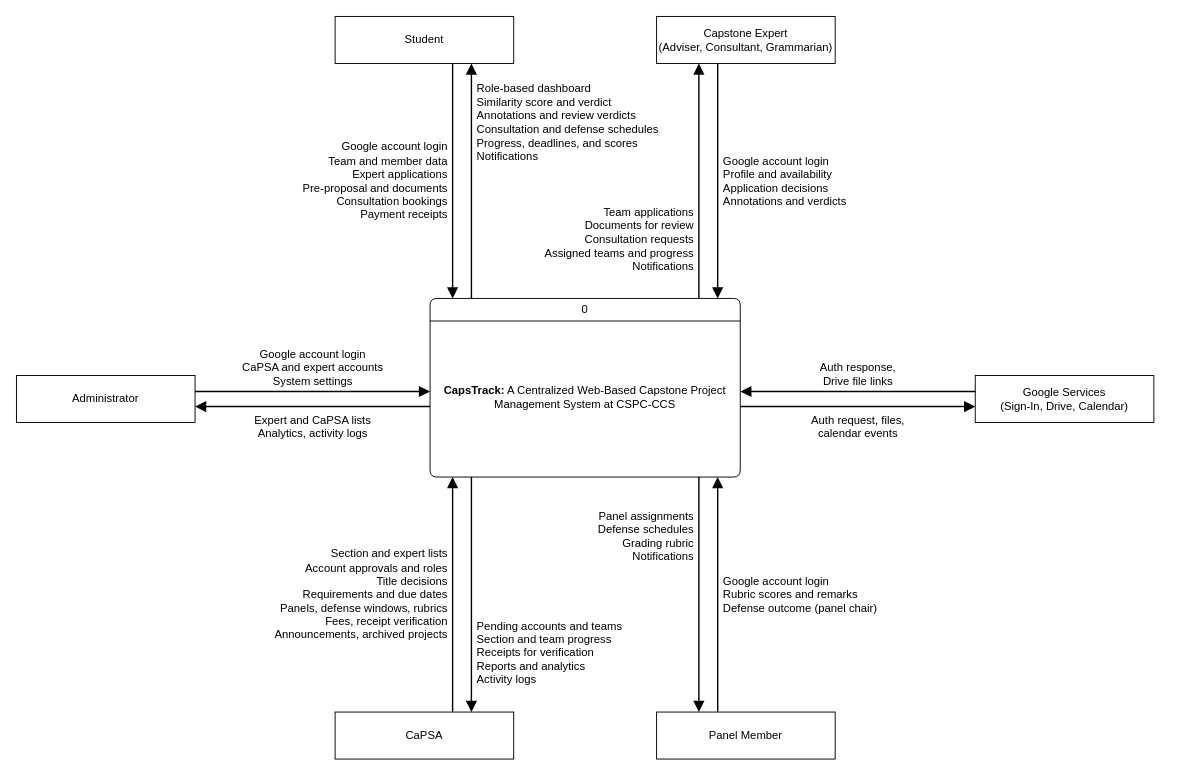
This is page "Context Diagram" (1 of 16) of docs/diagrams/capstrack-diagrams-all.drawio from M21thony/capstrack, a draw.io file, before an edit. Source tidied: cells renumbered, new cells numbered last; positions are measured from the earlier drawing's top-left corner, leaving out a move shared by most shapes. Both pictures are drawn from the tidied source at 94%, with x=0, y=0 at pixel (16, 16).
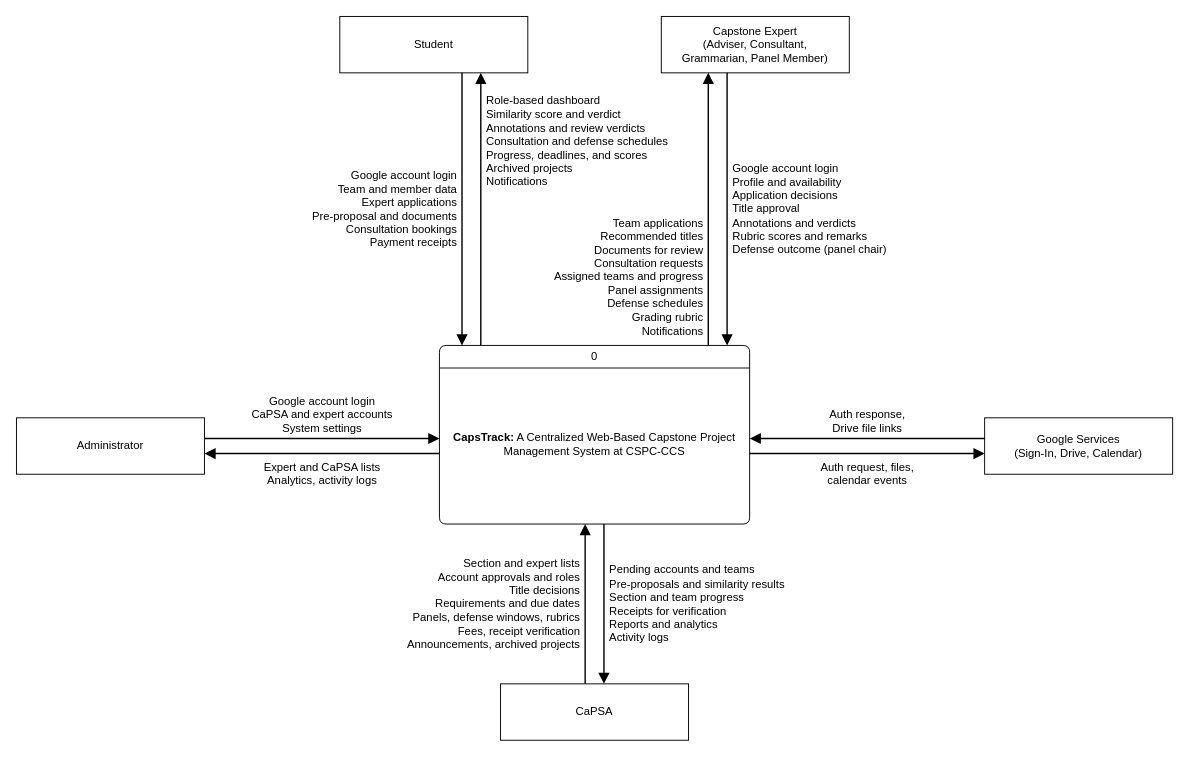
After the change.

The edit, as a diff of the source:
```diff
@@
     <mxCell id="2" value="0" style="swimlane;shape=swimlane;rounded=1;arcSize=10;startSize=24;html=1;whiteSpace=wrap;fillColor=#ffffff;swimlaneFillColor=#ffffff;fontStyle=0;fontSize=12;strokeColor=#000000;fontFamily=Helvetica;fontColor=#000000;" parent="1" vertex="1">
-      <mxGeometry x="440" y="300" width="330" height="190" as="geometry" />
+      <mxGeometry x="450" y="350" width="330" height="190" as="geometry" />
     </mxCell>
@@
     <mxCell id="4" value="Student" style="rounded=0;whiteSpace=wrap;html=1;fillColor=#ffffff;fontSize=12;strokeColor=#000000;fontFamily=Helvetica;fontColor=#000000;" parent="1" vertex="1">
-      <mxGeometry x="339" width="190" height="50" as="geometry" />
+      <mxGeometry x="344" width="200" height="60" as="geometry" />
     </mxCell>
-    <mxCell id="5" value="Google account login&lt;br&gt;Team and member data&lt;br&gt;Expert applications&lt;br&gt;Pre-proposal and documents&lt;br&gt;Consultation bookings&lt;br&gt;Payment receipts" style="edgeStyle=orthogonalEdgeStyle;rounded=0;html=1;endArrow=block;endFill=1;endSize=8;strokeWidth=1.5;startArrow=none;strokeColor=#000000;fontFamily=Helvetica;fontColor=#000000;fontSize=12;labelBackgroundColor=#ffffff;align=right;exitX=0.657895;exitY=1;exitDx=0;exitDy=0;entryX=0.0727273;entryY=0;entryDx=0;entryDy=0;" parent="1" edge="1" source="4" target="2">
+    <mxCell id="5" value="Google account login&lt;br&gt;Team and member data&lt;br&gt;Expert applications&lt;br&gt;Pre-proposal and documents&lt;br&gt;Consultation bookings&lt;br&gt;Payment receipts" style="edgeStyle=orthogonalEdgeStyle;rounded=0;html=1;endArrow=block;endFill=1;endSize=8;strokeWidth=1.5;startArrow=none;strokeColor=#000000;fontFamily=Helvetica;fontColor=#000000;fontSize=12;labelBackgroundColor=#ffffff;align=right;exitX=0.65;exitY=1;exitDx=0;exitDy=0;entryX=0.0727273;entryY=0;entryDx=0;entryDy=0;" parent="1" edge="1" source="4" target="2">
       <mxGeometry relative="1" as="geometry">
         <mxPoint x="-4" as="offset" />
       </mxGeometry>
     </mxCell>
-    <mxCell id="6" value="Role-based dashboard&lt;br&gt;Similarity score and verdict&lt;br&gt;Annotations and review verdicts&lt;br&gt;Consultation and defense schedules&lt;br&gt;Progress, deadlines, and scores&lt;br&gt;Notifications" style="edgeStyle=orthogonalEdgeStyle;rounded=0;html=1;endArrow=block;endFill=1;endSize=8;strokeWidth=1.5;startArrow=none;strokeColor=#000000;fontFamily=Helvetica;fontColor=#000000;fontSize=12;labelBackgroundColor=#ffffff;align=left;exitX=0.133333;exitY=0;exitDx=0;exitDy=0;entryX=0.763158;entryY=1;entryDx=0;entryDy=0;" parent="1" edge="1" source="2" target="4">
+    <mxCell id="6" value="Role-based dashboard&lt;br&gt;Similarity score and verdict&lt;br&gt;Annotations and review verdicts&lt;br&gt;Consultation and defense schedules&lt;br&gt;Progress, deadlines, and scores&lt;br&gt;Archived projects&lt;br&gt;Notifications" style="edgeStyle=orthogonalEdgeStyle;rounded=0;html=1;endArrow=block;endFill=1;endSize=8;strokeWidth=1.5;startArrow=none;strokeColor=#000000;fontFamily=Helvetica;fontColor=#000000;fontSize=12;labelBackgroundColor=#ffffff;align=left;exitX=0.133333;exitY=0;exitDx=0;exitDy=0;entryX=0.75;entryY=1;entryDx=0;entryDy=0;" parent="1" edge="1" source="2" target="4">
       <mxGeometry relative="1" as="geometry">
-        <mxPoint x="4" y="-62" as="offset" />
+        <mxPoint x="4" y="-72" as="offset" />
       </mxGeometry>
     </mxCell>
-    <mxCell id="7" value="Capstone Expert&lt;br&gt;(Adviser, Consultant, Grammarian)" style="rounded=0;whiteSpace=wrap;html=1;fillColor=#ffffff;fontSize=12;strokeColor=#000000;fontFamily=Helvetica;fontColor=#000000;" parent="1" vertex="1">
-      <mxGeometry x="681" width="190" height="50" as="geometry" />
+    <mxCell id="7" value="Capstone Expert&lt;br&gt;(Adviser, Consultant,&lt;br&gt;Grammarian, Panel Member)" style="rounded=0;whiteSpace=wrap;html=1;fillColor=#ffffff;fontSize=12;strokeColor=#000000;fontFamily=Helvetica;fontColor=#000000;" parent="1" vertex="1">
+      <mxGeometry x="686" width="200" height="60" as="geometry" />
     </mxCell>
-    <mxCell id="8" value="Google account login&lt;br&gt;Profile and availability&lt;br&gt;Application decisions&lt;br&gt;Annotations and verdicts" style="edgeStyle=orthogonalEdgeStyle;rounded=0;html=1;endArrow=block;endFill=1;endSize=8;strokeWidth=1.5;startArrow=none;strokeColor=#000000;fontFamily=Helvetica;fontColor=#000000;fontSize=12;labelBackgroundColor=#ffffff;align=left;exitX=0.342105;exitY=1;exitDx=0;exitDy=0;entryX=0.927273;entryY=0;entryDx=0;entryDy=0;" parent="1" edge="1" source="7" target="2">
+    <mxCell id="8" value="Google account login&lt;br&gt;Profile and availability&lt;br&gt;Application decisions&lt;br&gt;Title approval&lt;br&gt;Annotations and verdicts&lt;br&gt;Rubric scores and remarks&lt;br&gt;Defense outcome (panel chair)" style="edgeStyle=orthogonalEdgeStyle;rounded=0;html=1;endArrow=block;endFill=1;endSize=8;strokeWidth=1.5;startArrow=none;strokeColor=#000000;fontFamily=Helvetica;fontColor=#000000;fontSize=12;labelBackgroundColor=#ffffff;align=left;exitX=0.35;exitY=1;exitDx=0;exitDy=0;entryX=0.927273;entryY=0;entryDx=0;entryDy=0;" parent="1" edge="1" source="7" target="2">
       <mxGeometry relative="1" as="geometry">
         <mxPoint x="4" as="offset" />
       </mxGeometry>
     </mxCell>
-    <mxCell id="9" value="Team applications&lt;br&gt;Documents for review&lt;br&gt;Consultation requests&lt;br&gt;Assigned teams and progress&lt;br&gt;Notifications" style="edgeStyle=orthogonalEdgeStyle;rounded=0;html=1;endArrow=block;endFill=1;endSize=8;strokeWidth=1.5;startArrow=none;strokeColor=#000000;fontFamily=Helvetica;fontColor=#000000;fontSize=12;labelBackgroundColor=#ffffff;align=right;exitX=0.866667;exitY=0;exitDx=0;exitDy=0;entryX=0.236842;entryY=1;entryDx=0;entryDy=0;" parent="1" edge="1" source="2" target="7">
+    <mxCell id="9" value="Team applications&lt;br&gt;Recommended titles&lt;br&gt;Documents for review&lt;br&gt;Consultation requests&lt;br&gt;Assigned teams and progress&lt;br&gt;Panel assignments&lt;br&gt;Defense schedules&lt;br&gt;Grading rubric&lt;br&gt;Notifications" style="edgeStyle=orthogonalEdgeStyle;rounded=0;html=1;endArrow=block;endFill=1;endSize=8;strokeWidth=1.5;startArrow=none;strokeColor=#000000;fontFamily=Helvetica;fontColor=#000000;fontSize=12;labelBackgroundColor=#ffffff;align=right;exitX=0.866667;exitY=0;exitDx=0;exitDy=0;entryX=0.25;entryY=1;entryDx=0;entryDy=0;" parent="1" edge="1" source="2" target="7">
       <mxGeometry relative="1" as="geometry">
-        <mxPoint x="-4" y="62" as="offset" />
+        <mxPoint x="-4" y="72" as="offset" />
       </mxGeometry>
     </mxCell>
     <mxCell id="10" value="CaPSA" style="rounded=0;whiteSpace=wrap;html=1;fillColor=#ffffff;fontSize=12;strokeColor=#000000;fontFamily=Helvetica;fontColor=#000000;" parent="1" vertex="1">
-      <mxGeometry x="339" y="740" width="190" height="50" as="geometry" />
+      <mxGeometry x="515" y="710" width="200" height="60" as="geometry" />
     </mxCell>
-    <mxCell id="11" value="Section and expert lists&lt;br&gt;Account approvals and roles&lt;br&gt;Title decisions&lt;br&gt;Requirements and due dates&lt;br&gt;Panels, defense windows, rubrics&lt;br&gt;Fees, receipt verification&lt;br&gt;Announcements, archived projects" style="edgeStyle=orthogonalEdgeStyle;rounded=0;html=1;endArrow=block;endFill=1;endSize=8;strokeWidth=1.5;startArrow=none;strokeColor=#000000;fontFamily=Helvetica;fontColor=#000000;fontSize=12;labelBackgroundColor=#ffffff;align=right;exitX=0.657895;exitY=0;exitDx=0;exitDy=0;entryX=0.0727273;entryY=1;entryDx=0;entryDy=0;" parent="1" edge="1" source="10" target="2">
+    <mxCell id="11" value="Section and expert lists&lt;br&gt;Account approvals and roles&lt;br&gt;Title decisions&lt;br&gt;Requirements and due dates&lt;br&gt;Panels, defense windows, rubrics&lt;br&gt;Fees, receipt verification&lt;br&gt;Announcements, archived projects" style="edgeStyle=orthogonalEdgeStyle;rounded=0;html=1;endArrow=block;endFill=1;endSize=8;strokeWidth=1.5;startArrow=none;strokeColor=#000000;fontFamily=Helvetica;fontColor=#000000;fontSize=12;labelBackgroundColor=#ffffff;align=right;exitX=0.45;exitY=0;exitDx=0;exitDy=0;entryX=0.469697;entryY=1;entryDx=0;entryDy=0;" parent="1" edge="1" source="10" target="2">
       <mxGeometry relative="1" as="geometry">
         <mxPoint x="-4" as="offset" />
       </mxGeometry>
     </mxCell>
-    <mxCell id="12" value="Pending accounts and teams&lt;br&gt;Section and team progress&lt;br&gt;Receipts for verification&lt;br&gt;Reports and analytics&lt;br&gt;Activity logs" style="edgeStyle=orthogonalEdgeStyle;rounded=0;html=1;endArrow=block;endFill=1;endSize=8;strokeWidth=1.5;startArrow=none;strokeColor=#000000;fontFamily=Helvetica;fontColor=#000000;fontSize=12;labelBackgroundColor=#ffffff;align=left;exitX=0.133333;exitY=1;exitDx=0;exitDy=0;entryX=0.763158;entryY=0;entryDx=0;entryDy=0;" parent="1" edge="1" source="2" target="10">
+    <mxCell id="12" value="Pending accounts and teams&lt;br&gt;Pre-proposals and similarity results&lt;br&gt;Section and team progress&lt;br&gt;Receipts for verification&lt;br&gt;Reports and analytics&lt;br&gt;Activity logs" style="edgeStyle=orthogonalEdgeStyle;rounded=0;html=1;endArrow=block;endFill=1;endSize=8;strokeWidth=1.5;startArrow=none;strokeColor=#000000;fontFamily=Helvetica;fontColor=#000000;fontSize=12;labelBackgroundColor=#ffffff;align=left;exitX=0.530303;exitY=1;exitDx=0;exitDy=0;entryX=0.55;entryY=0;entryDx=0;entryDy=0;" parent="1" edge="1" source="2" target="10">
       <mxGeometry relative="1" as="geometry">
-        <mxPoint x="4" y="62" as="offset" />
+        <mxPoint x="4" as="offset" />
       </mxGeometry>
     </mxCell>
-    <mxCell id="13" value="Panel Member" style="rounded=0;whiteSpace=wrap;html=1;fillColor=#ffffff;fontSize=12;strokeColor=#000000;fontFamily=Helvetica;fontColor=#000000;" parent="1" vertex="1">
-      <mxGeometry x="681" y="740" width="190" height="50" as="geometry" />
+    <mxCell id="13" value="Google Services&lt;br&gt;(Sign-In, Drive, Calendar)" style="rounded=0;whiteSpace=wrap;html=1;fillColor=#ffffff;fontSize=12;strokeColor=#000000;fontFamily=Helvetica;fontColor=#000000;" parent="1" vertex="1">
+      <mxGeometry x="1030" y="427" width="200" height="60" as="geometry" />
     </mxCell>
-    <mxCell id="14" value="Google account login&lt;br&gt;Rubric scores and remarks&lt;br&gt;Defense outcome (panel chair)" style="edgeStyle=orthogonalEdgeStyle;rounded=0;html=1;endArrow=block;endFill=1;endSize=8;strokeWidth=1.5;startArrow=none;strokeColor=#000000;fontFamily=Helvetica;fontColor=#000000;fontSize=12;labelBackgroundColor=#ffffff;align=left;exitX=0.342105;exitY=0;exitDx=0;exitDy=0;entryX=0.927273;entryY=1;entryDx=0;entryDy=0;" parent="1" edge="1" source="13" target="2">
+    <mxCell id="14" value="Auth response,&lt;br&gt;Drive file links" style="edgeStyle=orthogonalEdgeStyle;rounded=0;html=1;endArrow=block;endFill=1;endSize=8;strokeWidth=1.5;startArrow=none;strokeColor=#000000;fontFamily=Helvetica;fontColor=#000000;fontSize=12;labelBackgroundColor=#ffffff;verticalAlign=bottom;exitX=0;exitY=0.366667;exitDx=0;exitDy=0;entryX=1;entryY=0.521053;entryDx=0;entryDy=0;" parent="1" edge="1" source="13" target="2">
       <mxGeometry relative="1" as="geometry">
-        <mxPoint x="4" as="offset" />
+        <mxPoint y="-1" as="offset" />
       </mxGeometry>
     </mxCell>
-    <mxCell id="15" value="Panel assignments&lt;br&gt;Defense schedules&lt;br&gt;Grading rubric&lt;br&gt;Notifications" style="edgeStyle=orthogonalEdgeStyle;rounded=0;html=1;endArrow=block;endFill=1;endSize=8;strokeWidth=1.5;startArrow=none;strokeColor=#000000;fontFamily=Helvetica;fontColor=#000000;fontSize=12;labelBackgroundColor=#ffffff;align=right;exitX=0.866667;exitY=1;exitDx=0;exitDy=0;entryX=0.236842;entryY=0;entryDx=0;entryDy=0;" parent="1" edge="1" source="2" target="13">
+    <mxCell id="15" value="Auth request, files,&lt;br&gt;calendar events" style="edgeStyle=orthogonalEdgeStyle;rounded=0;html=1;endArrow=block;endFill=1;endSize=8;strokeWidth=1.5;startArrow=none;strokeColor=#000000;fontFamily=Helvetica;fontColor=#000000;fontSize=12;labelBackgroundColor=#ffffff;verticalAlign=top;exitX=1;exitY=0.605263;exitDx=0;exitDy=0;entryX=0;entryY=0.633333;entryDx=0;entryDy=0;" parent="1" edge="1" source="2" target="13">
       <mxGeometry relative="1" as="geometry">
-        <mxPoint x="-4" y="-62" as="offset" />
+        <mxPoint y="1" as="offset" />
       </mxGeometry>
     </mxCell>
-    <mxCell id="16" value="Google Services&lt;br&gt;(Sign-In, Drive, Calendar)" style="rounded=0;whiteSpace=wrap;html=1;fillColor=#ffffff;fontSize=12;strokeColor=#000000;fontFamily=Helvetica;fontColor=#000000;" parent="1" vertex="1">
-      <mxGeometry x="1020" y="382" width="190" height="50" as="geometry" />
+    <mxCell id="16" value="Administrator" style="rounded=0;whiteSpace=wrap;html=1;fillColor=#ffffff;fontSize=12;strokeColor=#000000;fontFamily=Helvetica;fontColor=#000000;" parent="1" vertex="1">
+      <mxGeometry y="427" width="200" height="60" as="geometry" />
     </mxCell>
-    <mxCell id="17" value="Auth response,&lt;br&gt;Drive file links" style="edgeStyle=orthogonalEdgeStyle;rounded=0;html=1;endArrow=block;endFill=1;endSize=8;strokeWidth=1.5;startArrow=none;strokeColor=#000000;fontFamily=Helvetica;fontColor=#000000;fontSize=12;labelBackgroundColor=#ffffff;verticalAlign=bottom;exitX=0;exitY=0.34;exitDx=0;exitDy=0;entryX=1;entryY=0.521053;entryDx=0;entryDy=0;" parent="1" edge="1" source="16" target="2">
+    <mxCell id="17" value="Google account login&lt;br&gt;CaPSA and expert accounts&lt;br&gt;System settings" style="edgeStyle=orthogonalEdgeStyle;rounded=0;html=1;endArrow=block;endFill=1;endSize=8;strokeWidth=1.5;startArrow=none;strokeColor=#000000;fontFamily=Helvetica;fontColor=#000000;fontSize=12;labelBackgroundColor=#ffffff;verticalAlign=bottom;exitX=1;exitY=0.366667;exitDx=0;exitDy=0;entryX=0;entryY=0.521053;entryDx=0;entryDy=0;" parent="1" edge="1" source="16" target="2">
       <mxGeometry relative="1" as="geometry">
         <mxPoint y="-1" as="offset" />
       </mxGeometry>
     </mxCell>
-    <mxCell id="18" value="Auth request, files,&lt;br&gt;calendar events" style="edgeStyle=orthogonalEdgeStyle;rounded=0;html=1;endArrow=block;endFill=1;endSize=8;strokeWidth=1.5;startArrow=none;strokeColor=#000000;fontFamily=Helvetica;fontColor=#000000;fontSize=12;labelBackgroundColor=#ffffff;verticalAlign=top;exitX=1;exitY=0.605263;exitDx=0;exitDy=0;entryX=0;entryY=0.66;entryDx=0;entryDy=0;" parent="1" edge="1" source="2" target="16">
+    <mxCell id="18" value="Expert and CaPSA lists&lt;br&gt;Analytics, activity logs" style="edgeStyle=orthogonalEdgeStyle;rounded=0;html=1;endArrow=block;endFill=1;endSize=8;strokeWidth=1.5;startArrow=none;strokeColor=#000000;fontFamily=Helvetica;fontColor=#000000;fontSize=12;labelBackgroundColor=#ffffff;verticalAlign=top;exitX=0;exitY=0.605263;exitDx=0;exitDy=0;entryX=1;entryY=0.633333;entryDx=0;entryDy=0;" parent="1" edge="1" source="2" target="16">
       <mxGeometry relative="1" as="geometry">
         <mxPoint y="1" as="offset" />
       </mxGeometry>
     </mxCell>
-    <mxCell id="19" value="Administrator" style="rounded=0;whiteSpace=wrap;html=1;fillColor=#ffffff;fontSize=12;strokeColor=#000000;fontFamily=Helvetica;fontColor=#000000;" parent="1" vertex="1">
-      <mxGeometry y="382" width="190" height="50" as="geometry" />
-    </mxCell>
-    <mxCell id="20" value="Google account login&lt;br&gt;CaPSA and expert accounts&lt;br&gt;System settings" style="edgeStyle=orthogonalEdgeStyle;rounded=0;html=1;endArrow=block;endFill=1;endSize=8;strokeWidth=1.5;startArrow=none;strokeColor=#000000;fontFamily=Helvetica;fontColor=#000000;fontSize=12;labelBackgroundColor=#ffffff;verticalAlign=bottom;exitX=1;exitY=0.34;exitDx=0;exitDy=0;entryX=0;entryY=0.521053;entryDx=0;entryDy=0;" parent="1" edge="1" source="19" target="2">
-      <mxGeometry relative="1" as="geometry">
-        <mxPoint y="-1" as="offset" />
-      </mxGeometry>
-    </mxCell>
-    <mxCell id="21" value="Expert and CaPSA lists&lt;br&gt;Analytics, activity logs" style="edgeStyle=orthogonalEdgeStyle;rounded=0;html=1;endArrow=block;endFill=1;endSize=8;strokeWidth=1.5;startArrow=none;strokeColor=#000000;fontFamily=Helvetica;fontColor=#000000;fontSize=12;labelBackgroundColor=#ffffff;verticalAlign=top;exitX=0;exitY=0.605263;exitDx=0;exitDy=0;entryX=1;entryY=0.66;entryDx=0;entryDy=0;" parent="1" edge="1" source="2" target="19">
-      <mxGeometry relative="1" as="geometry">
-        <mxPoint y="1" as="offset" />
-      </mxGeometry>
-    </mxCell>
```
